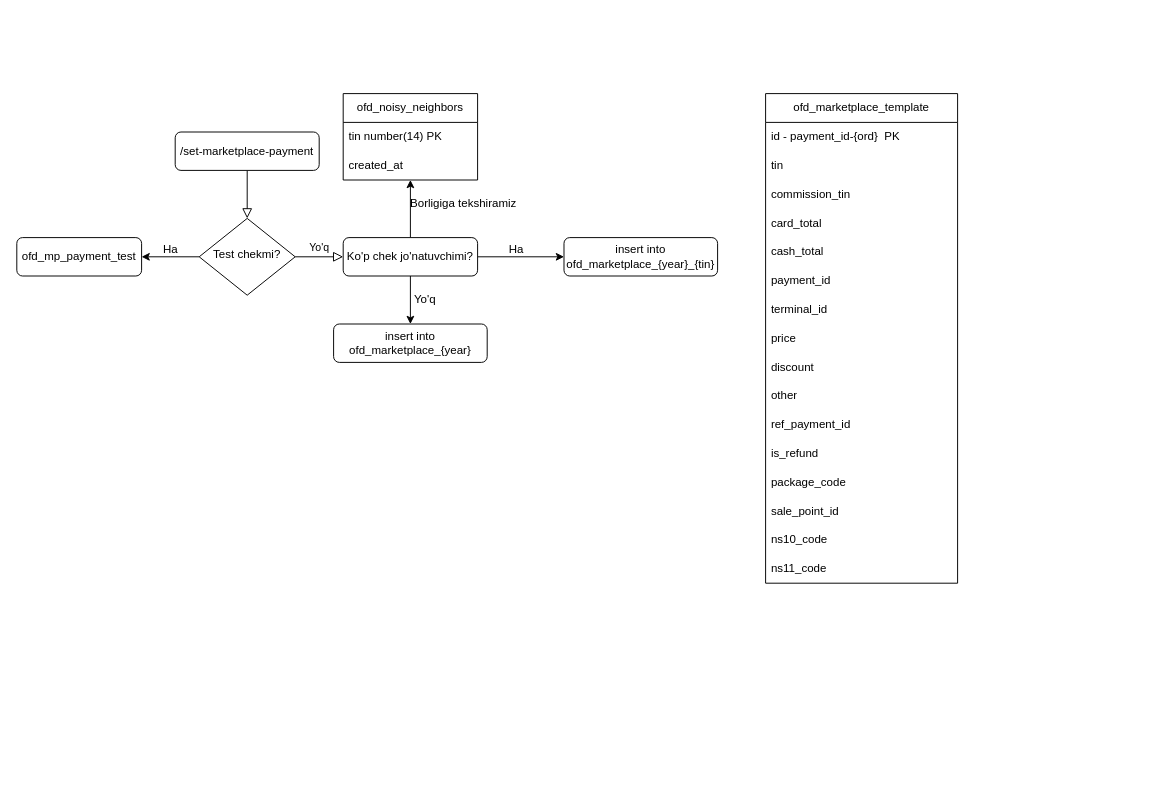
Earlier version of the draw.io diagram ofd.drawio (Akhadjon-Bokijanov/diagrams). Source tidied: cells renumbered, new cells numbered last; positions are measured from the earlier drawing's top-left corner, leaving out a move shared by most shapes. Both pictures are drawn from the tidied source at 96%, with x=0, y=0 at pixel (16, 93).
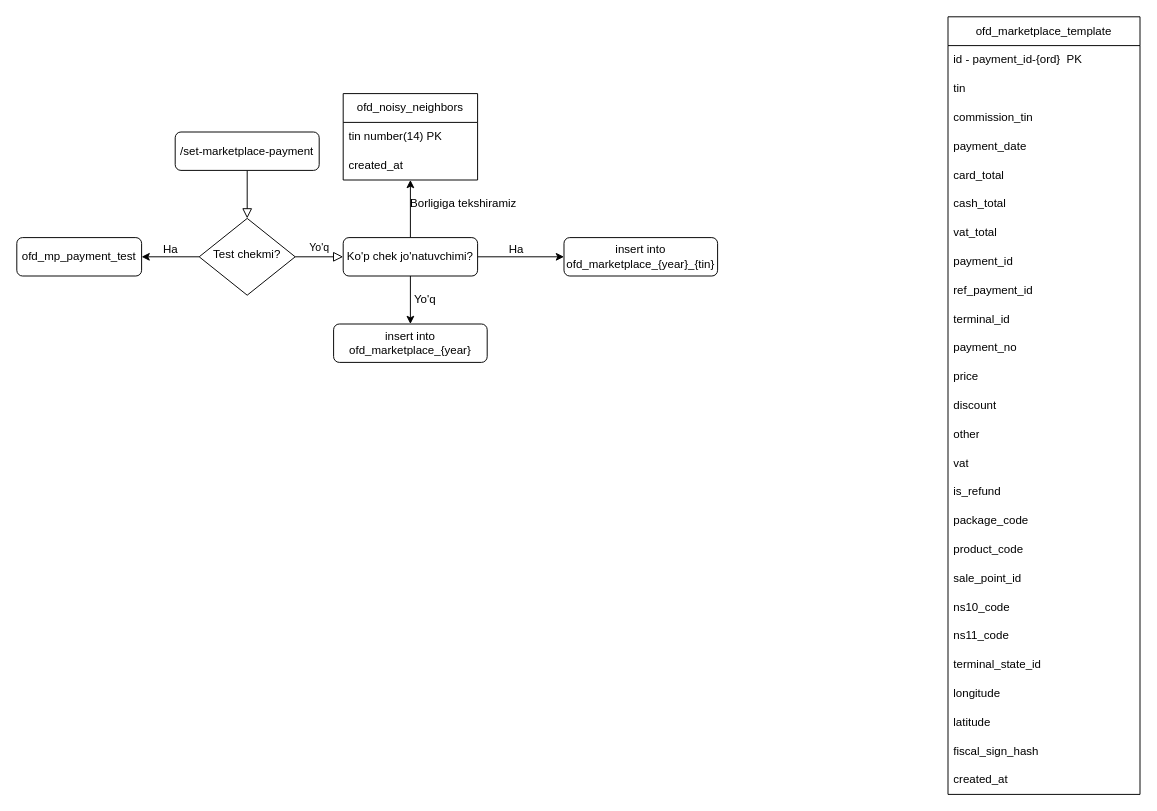
The same diagram, later.

What changed in the source:
```diff
@@
     <mxCell id="21" value="ofd_marketplace_template" style="swimlane;fontStyle=0;horizontal=1;startSize=30;whiteSpace=wrap;html=1;" parent="1" vertex="1">
-      <mxGeometry x="780" width="200" height="510" as="geometry" />
+      <mxGeometry x="970" y="-80" width="200" height="810" as="geometry" />
     </mxCell>
@@
+    <mxCell id="38" value="payment_date" style="text;strokeColor=none;fillColor=none;align=left;verticalAlign=middle;spacingLeft=4;spacingRight=4;overflow=hidden;whiteSpace=wrap;html=1;" parent="21" vertex="1">
+      <mxGeometry y="120" width="200" height="30" as="geometry" />
+    </mxCell>
     <mxCell id="25" value="card_total" style="text;strokeColor=none;fillColor=none;align=left;verticalAlign=middle;spacingLeft=4;spacingRight=4;overflow=hidden;whiteSpace=wrap;html=1;" parent="21" vertex="1">
-      <mxGeometry y="120" width="200" height="30" as="geometry" />
+      <mxGeometry y="150" width="200" height="30" as="geometry" />
     </mxCell>
     <mxCell id="26" value="cash_total" style="text;strokeColor=none;fillColor=none;align=left;verticalAlign=middle;spacingLeft=4;spacingRight=4;overflow=hidden;whiteSpace=wrap;html=1;" parent="21" vertex="1">
-      <mxGeometry y="150" width="200" height="30" as="geometry" />
+      <mxGeometry y="180" width="200" height="30" as="geometry" />
     </mxCell>
+    <mxCell id="39" value="vat_total" style="text;strokeColor=none;fillColor=none;align=left;verticalAlign=middle;spacingLeft=4;spacingRight=4;overflow=hidden;whiteSpace=wrap;html=1;" parent="21" vertex="1">
+      <mxGeometry y="210" width="200" height="30" as="geometry" />
+    </mxCell>
     <mxCell id="27" value="payment_id" style="text;strokeColor=none;fillColor=none;align=left;verticalAlign=middle;spacingLeft=4;spacingRight=4;overflow=hidden;whiteSpace=wrap;html=1;" parent="21" vertex="1">
-      <mxGeometry y="180" width="200" height="30" as="geometry" />
+      <mxGeometry y="240" width="200" height="30" as="geometry" />
     </mxCell>
+    <mxCell id="32" value="ref_payment_id" style="text;strokeColor=none;fillColor=none;align=left;verticalAlign=middle;spacingLeft=4;spacingRight=4;overflow=hidden;whiteSpace=wrap;html=1;" parent="21" vertex="1">
+      <mxGeometry y="270" width="200" height="30" as="geometry" />
+    </mxCell>
     <mxCell id="28" value="terminal_id" style="text;strokeColor=none;fillColor=none;align=left;verticalAlign=middle;spacingLeft=4;spacingRight=4;overflow=hidden;whiteSpace=wrap;html=1;" parent="21" vertex="1">
-      <mxGeometry y="210" width="200" height="30" as="geometry" />
+      <mxGeometry y="300" width="200" height="30" as="geometry" />
     </mxCell>
+    <mxCell id="40" value="payment_no" style="text;strokeColor=none;fillColor=none;align=left;verticalAlign=middle;spacingLeft=4;spacingRight=4;overflow=hidden;whiteSpace=wrap;html=1;" parent="21" vertex="1">
+      <mxGeometry y="330" width="200" height="30" as="geometry" />
+    </mxCell>
     <mxCell id="29" value="price" style="text;strokeColor=none;fillColor=none;align=left;verticalAlign=middle;spacingLeft=4;spacingRight=4;overflow=hidden;whiteSpace=wrap;html=1;" parent="21" vertex="1">
-      <mxGeometry y="240" width="200" height="30" as="geometry" />
+      <mxGeometry y="360" width="200" height="30" as="geometry" />
     </mxCell>
     <mxCell id="30" value="discount" style="text;strokeColor=none;fillColor=none;align=left;verticalAlign=middle;spacingLeft=4;spacingRight=4;overflow=hidden;whiteSpace=wrap;html=1;" parent="21" vertex="1">
-      <mxGeometry y="270" width="200" height="30" as="geometry" />
+      <mxGeometry y="390" width="200" height="30" as="geometry" />
     </mxCell>
     <mxCell id="31" value="other" style="text;strokeColor=none;fillColor=none;align=left;verticalAlign=middle;spacingLeft=4;spacingRight=4;overflow=hidden;whiteSpace=wrap;html=1;" parent="21" vertex="1">
-      <mxGeometry y="300" width="200" height="30" as="geometry" />
+      <mxGeometry y="420" width="200" height="30" as="geometry" />
     </mxCell>
-    <mxCell id="32" value="ref_payment_id" style="text;strokeColor=none;fillColor=none;align=left;verticalAlign=middle;spacingLeft=4;spacingRight=4;overflow=hidden;whiteSpace=wrap;html=1;" parent="21" vertex="1">
-      <mxGeometry y="330" width="200" height="30" as="geometry" />
-    </mxCell>
+    <mxCell id="41" value="vat" style="text;strokeColor=none;fillColor=none;align=left;verticalAlign=middle;spacingLeft=4;spacingRight=4;overflow=hidden;whiteSpace=wrap;html=1;" parent="21" vertex="1">
+      <mxGeometry y="450" width="200" height="30" as="geometry" />
+    </mxCell>
     <mxCell id="33" value="is_refund" style="text;strokeColor=none;fillColor=none;align=left;verticalAlign=middle;spacingLeft=4;spacingRight=4;overflow=hidden;whiteSpace=wrap;html=1;" parent="21" vertex="1">
-      <mxGeometry y="360" width="200" height="30" as="geometry" />
+      <mxGeometry y="480" width="200" height="30" as="geometry" />
     </mxCell>
     <mxCell id="34" value="package_code" style="text;strokeColor=none;fillColor=none;align=left;verticalAlign=middle;spacingLeft=4;spacingRight=4;overflow=hidden;whiteSpace=wrap;html=1;" parent="21" vertex="1">
-      <mxGeometry y="390" width="200" height="30" as="geometry" />
+      <mxGeometry y="510" width="200" height="30" as="geometry" />
     </mxCell>
+    <mxCell id="42" value="product_code" style="text;strokeColor=none;fillColor=none;align=left;verticalAlign=middle;spacingLeft=4;spacingRight=4;overflow=hidden;whiteSpace=wrap;html=1;" parent="21" vertex="1">
+      <mxGeometry y="540" width="200" height="30" as="geometry" />
+    </mxCell>
     <mxCell id="35" value="sale_point_id" style="text;strokeColor=none;fillColor=none;align=left;verticalAlign=middle;spacingLeft=4;spacingRight=4;overflow=hidden;whiteSpace=wrap;html=1;" parent="21" vertex="1">
-      <mxGeometry y="420" width="200" height="30" as="geometry" />
+      <mxGeometry y="570" width="200" height="30" as="geometry" />
     </mxCell>
     <mxCell id="36" value="ns10_code" style="text;strokeColor=none;fillColor=none;align=left;verticalAlign=middle;spacingLeft=4;spacingRight=4;overflow=hidden;whiteSpace=wrap;html=1;" parent="21" vertex="1">
-      <mxGeometry y="450" width="200" height="30" as="geometry" />
+      <mxGeometry y="600" width="200" height="30" as="geometry" />
     </mxCell>
     <mxCell id="37" value="ns11_code" style="text;strokeColor=none;fillColor=none;align=left;verticalAlign=middle;spacingLeft=4;spacingRight=4;overflow=hidden;whiteSpace=wrap;html=1;" parent="21" vertex="1">
-      <mxGeometry y="480" width="200" height="30" as="geometry" />
+      <mxGeometry y="630" width="200" height="30" as="geometry" />
     </mxCell>
+    <mxCell id="43" value="terminal_state_id" style="text;strokeColor=none;fillColor=none;align=left;verticalAlign=middle;spacingLeft=4;spacingRight=4;overflow=hidden;whiteSpace=wrap;html=1;" parent="21" vertex="1">
+      <mxGeometry y="660" width="200" height="30" as="geometry" />
+    </mxCell>
+    <mxCell id="44" value="longitude" style="text;strokeColor=none;fillColor=none;align=left;verticalAlign=middle;spacingLeft=4;spacingRight=4;overflow=hidden;whiteSpace=wrap;html=1;" parent="21" vertex="1">
+      <mxGeometry y="690" width="200" height="30" as="geometry" />
+    </mxCell>
+    <mxCell id="45" value="latitude" style="text;strokeColor=none;fillColor=none;align=left;verticalAlign=middle;spacingLeft=4;spacingRight=4;overflow=hidden;whiteSpace=wrap;html=1;" parent="21" vertex="1">
+      <mxGeometry y="720" width="200" height="30" as="geometry" />
+    </mxCell>
+    <mxCell id="46" value="fiscal_sign_hash" style="text;strokeColor=none;fillColor=none;align=left;verticalAlign=middle;spacingLeft=4;spacingRight=4;overflow=hidden;whiteSpace=wrap;html=1;" parent="21" vertex="1">
+      <mxGeometry y="750" width="200" height="30" as="geometry" />
+    </mxCell>
+    <mxCell id="47" value="created_at" style="text;strokeColor=none;fillColor=none;align=left;verticalAlign=middle;spacingLeft=4;spacingRight=4;overflow=hidden;whiteSpace=wrap;html=1;" parent="21" vertex="1">
+      <mxGeometry y="780" width="200" height="30" as="geometry" />
+    </mxCell>
```
